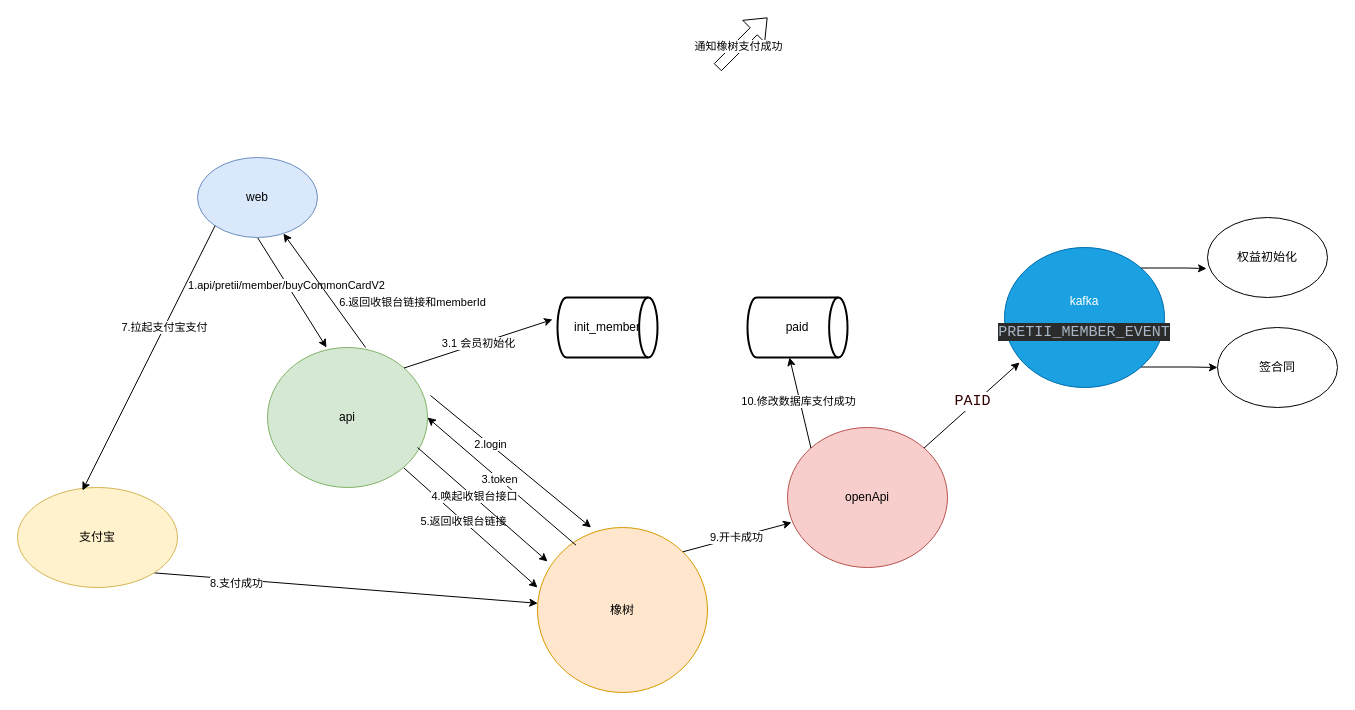
Before: 会员流程图.drawio in shuanglill/draw, a draw.io diagram. Source tidied: cells renumbered, new cells numbered last; positions are measured from the earlier drawing's top-left corner, leaving out a move shared by most shapes. Both pictures are drawn from the tidied source at 100%, with x=0, y=0 at pixel (17, 17).
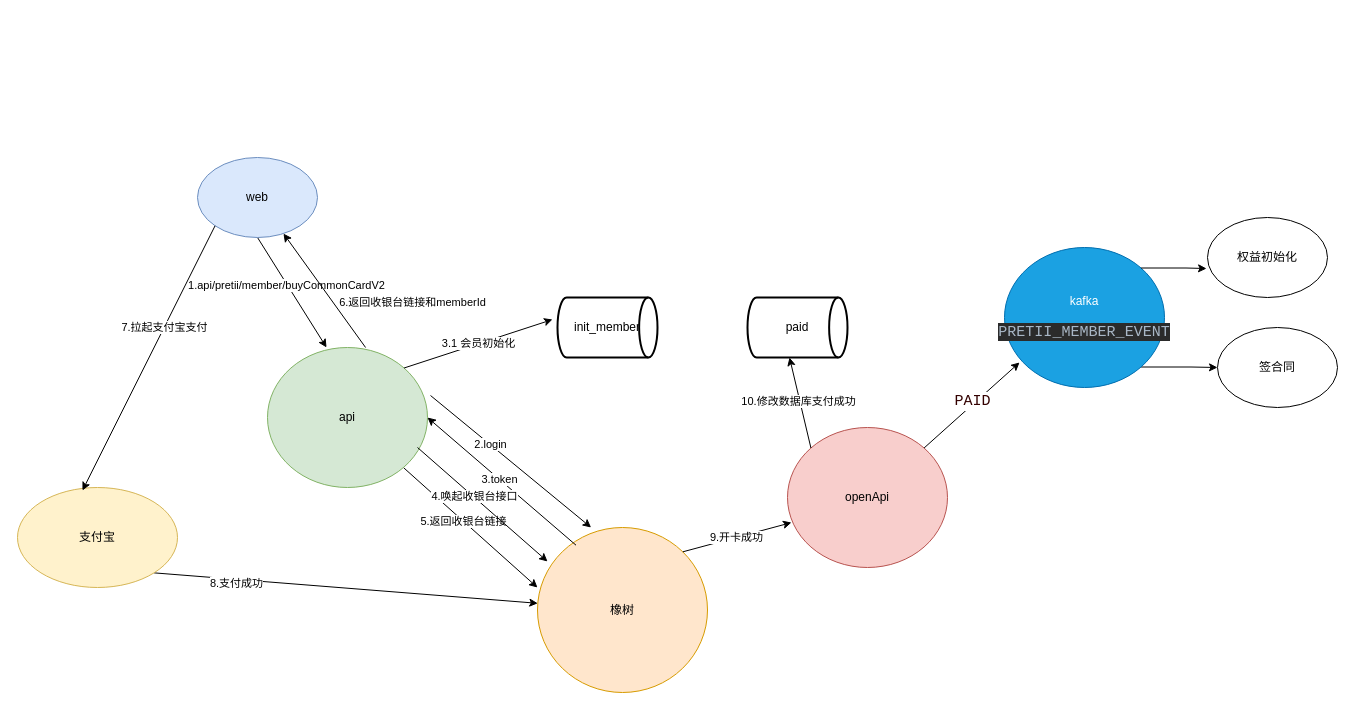
The same page after the edit.

Commit message:
更新会员流程图.drawio

Change to the diagram source:
```diff
@@
-    <mxCell id="24" style="shape=flexArrow;endArrow=classic;html=1;rounded=0;" parent="1" edge="1">
-      <mxGeometry relative="1" as="geometry">
-        <mxPoint x="700" y="50" as="sourcePoint" />
-        <mxPoint x="750" as="targetPoint" />
-      </mxGeometry>
-    </mxCell>
-    <mxCell id="25" value="通知橡树支付成功" style="edgeLabel;html=1;align=center;verticalAlign=middle;" parent="24" vertex="1">
-      <mxGeometry x="-0.14" y="1" relative="1" as="geometry" />
-    </mxCell>
```
